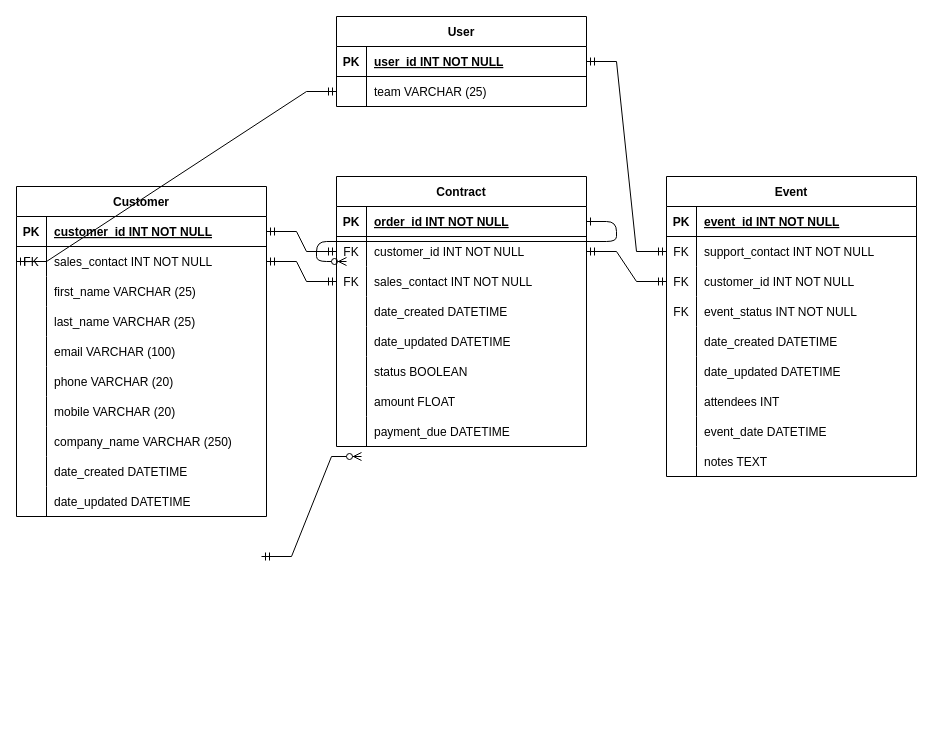
The draw.io diagram ERD.drawio in BeanEden/CRM-API-Front-and-Back-End, before the edit. Source tidied: cells renumbered, new cells numbered last; positions are measured from the earlier drawing's top-left corner, leaving out a move shared by most shapes. Both pictures are drawn from the tidied source at 100%, with x=0, y=0 at pixel (16, 16).
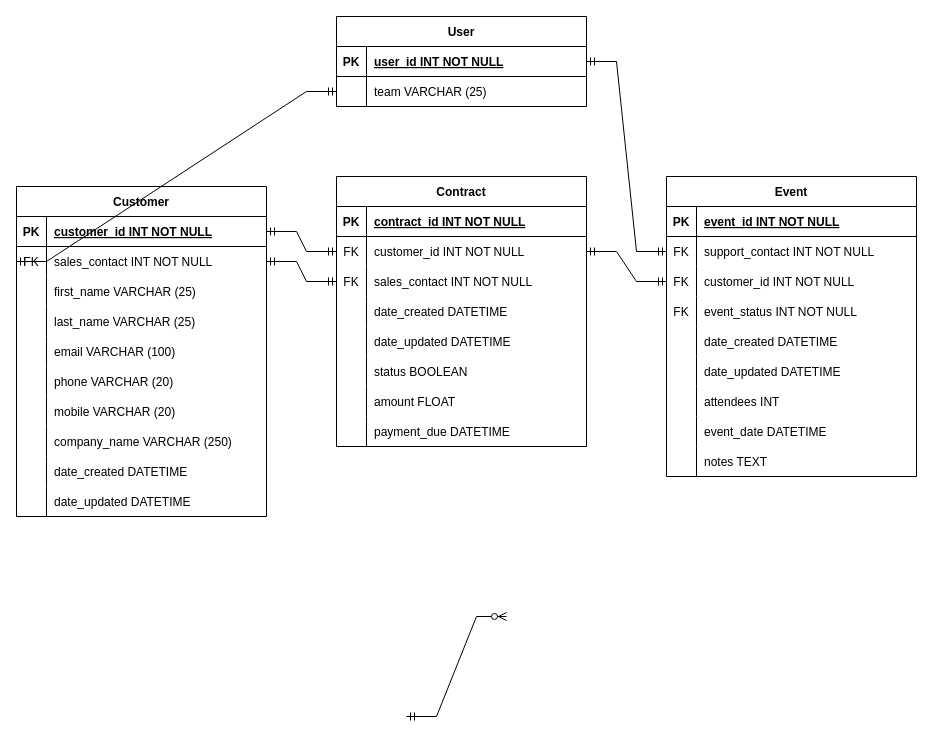
After the change.

The change refers to these unchanged cells:
```xml
<mxCell id="4" style="shape=partialRectangle;fillColor=none;points=[[0,0.5],[1,0.5]];portConstraint=eastwest;top=0;left=0;right=0;bottom=1;" parent="3" vertex="1">
  <mxGeometry y="30" width="250" height="30" as="geometry" />
</mxCell>
```

Change to the diagram source:
```diff
@@
-    <mxCell id="2" style="edgeStyle=entityRelationEdgeStyle;endArrow=ERzeroToMany;startArrow=ERone;endFill=1;startFill=0;" parent="1" edge="1" source="4">
-      <mxGeometry relative="1" as="geometry">
-        <mxPoint x="330" y="245" as="targetPoint" />
-      </mxGeometry>
-    </mxCell>
@@
-    <mxCell id="6" value="order_id INT NOT NULL " style="shape=partialRectangle;overflow=hidden;fillColor=none;top=0;left=0;bottom=0;right=0;align=left;spacingLeft=6;fontStyle=5;" parent="4" vertex="1">
+    <mxCell id="6" value="contract_id INT NOT NULL " style="shape=partialRectangle;overflow=hidden;fillColor=none;top=0;left=0;bottom=0;right=0;align=left;spacingLeft=6;fontStyle=5;" parent="4" vertex="1">
       <mxGeometry x="30" width="220" height="30" as="geometry" />
     </mxCell>
@@
     <mxCell id="99" style="edgeStyle=entityRelationEdgeStyle;fontSize=12;html=1;endArrow=ERzeroToMany;startArrow=ERmandOne;rounded=0;" parent="1" edge="1">
       <mxGeometry relative="1" as="geometry">
-        <mxPoint x="245" y="540" as="sourcePoint" />
-        <mxPoint x="345" y="440" as="targetPoint" />
+        <mxPoint x="390" y="700" as="sourcePoint" />
+        <mxPoint x="490" y="600" as="targetPoint" />
       </mxGeometry>
     </mxCell>
```
